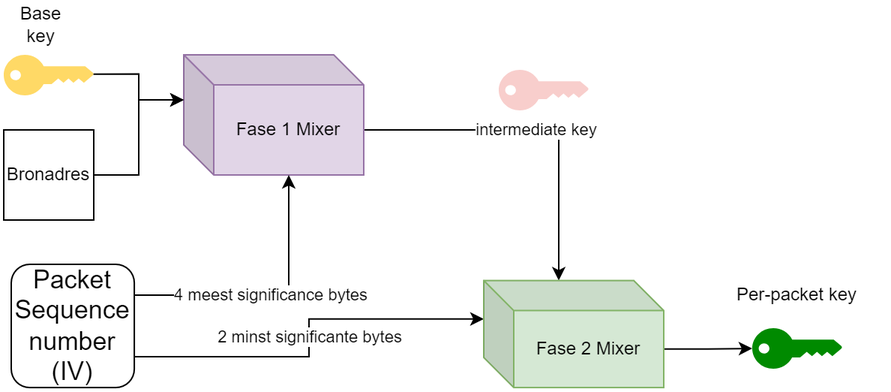
The draw.io diagram Manuscript/assets/wifi/mixing.png in timdams/cyberboswachters_boek, before a commit. Source tidied: cells renumbered, new cells last; positions are measured from the earlier drawing's top-left corner, leaving out a move shared by most shapes.
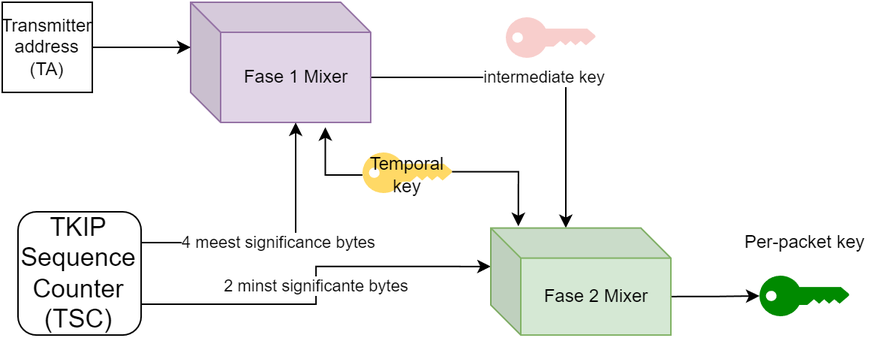
Above is the later version.

What changed in the source:
```diff
@@ -2,50 +2,53 @@
   <root>
     <mxCell id="0" />
     <mxCell id="1" parent="0" />
-    <mxCell id="2" value="intermediate key" style="edgeStyle=orthogonalEdgeStyle;rounded=0;jettySize=auto;html=1;exitX=0;exitY=0;exitDx=120;exitDy=50;exitPerimeter=0;entryX=0;entryY=0;entryDx=50;entryDy=0;entryPerimeter=0;strokeColor=#000000;" parent="1" edge="1" source="3" target="13">
+    <mxCell id="2" value="intermediate key" style="edgeStyle=orthogonalEdgeStyle;rounded=0;jettySize=auto;html=1;exitX=0;exitY=0;exitDx=120;exitDy=50;exitPerimeter=0;entryX=0;entryY=0;entryDx=50;entryDy=0;entryPerimeter=0;strokeColor=#000000;" parent="1" edge="1" source="3" target="11">
       <mxGeometry relative="1" as="geometry" />
     </mxCell>
     <mxCell id="3" value="Fase 1 Mixer" style="shape=cube;whiteSpace=wrap;html=1;boundedLbl=1;backgroundOutline=1;darkOpacity=0.05;darkOpacity2=0.1;fillColor=#e1d5e7;strokeColor=#9673a6;" parent="1" vertex="1">
-      <mxGeometry x="120" y="30" width="120" height="80" as="geometry" />
+      <mxGeometry x="185.5" y="430" width="120" height="80" as="geometry" />
     </mxCell>
-    <mxCell id="4" style="edgeStyle=orthogonalEdgeStyle;rounded=0;jettySize=auto;html=1;exitX=0.995;exitY=0.475;exitDx=0;exitDy=0;exitPerimeter=0;entryX=0;entryY=0;entryDx=0;entryDy=30;entryPerimeter=0;strokeColor=#000000;" parent="1" edge="1" source="5" target="3">
-      <mxGeometry relative="1" as="geometry" />
+    <mxCell id="4" style="points=[[0,0.5,0],[0.24,0,0],[0.5,0.28,0],[0.995,0.475,0],[0.5,0.72,0],[0.24,1,0]];verticalLabelPosition=bottom;html=1;verticalAlign=top;align=center;shape=mxgraph.cisco19.key;rounded=1;shadow=0;fontFamily=Verdana;fontSize=16;fillColor=#FFD966;" parent="1" vertex="1">
+      <mxGeometry x="300" y="530" width="60" height="27" as="geometry" />
     </mxCell>
-    <mxCell id="5" style="points=[[0,0.5,0],[0.24,0,0],[0.5,0.28,0],[0.995,0.475,0],[0.5,0.72,0],[0.24,1,0]];verticalLabelPosition=bottom;html=1;verticalAlign=top;align=center;shape=mxgraph.cisco19.key;rounded=1;shadow=0;fontFamily=Verdana;fontSize=16;fillColor=#FFD966;" parent="1" vertex="1">
-      <mxGeometry y="30" width="60" height="27" as="geometry" />
+    <mxCell id="5" value="4 meest significance bytes" style="edgeStyle=orthogonalEdgeStyle;rounded=0;jettySize=auto;html=1;exitX=1;exitY=0.25;exitDx=0;exitDy=0;entryX=0;entryY=0;entryDx=70;entryDy=80;entryPerimeter=0;strokeColor=#000000;" parent="1" edge="1" source="7" target="3">
+      <mxGeometry relative="1" as="geometry" />
     </mxCell>
-    <mxCell id="6" value="4 meest significance bytes" style="edgeStyle=orthogonalEdgeStyle;rounded=0;jettySize=auto;html=1;exitX=1;exitY=0.25;exitDx=0;exitDy=0;entryX=0;entryY=0;entryDx=70;entryDy=80;entryPerimeter=0;strokeColor=#000000;" parent="1" edge="1" source="8" target="3">
+    <mxCell id="6" value="2 minst significante bytes" style="edgeStyle=orthogonalEdgeStyle;rounded=0;jettySize=auto;html=1;exitX=1;exitY=0.75;exitDx=0;exitDy=0;entryX=0;entryY=0;entryDx=0;entryDy=25.625;entryPerimeter=0;strokeColor=#000000;" parent="1" edge="1" source="7" target="11">
       <mxGeometry relative="1" as="geometry" />
     </mxCell>
-    <mxCell id="7" value="2 minst significante bytes" style="edgeStyle=orthogonalEdgeStyle;rounded=0;jettySize=auto;html=1;exitX=1;exitY=0.75;exitDx=0;exitDy=0;entryX=0;entryY=0;entryDx=0;entryDy=25.625;entryPerimeter=0;strokeColor=#000000;" parent="1" edge="1" source="8" target="13">
-      <mxGeometry relative="1" as="geometry" />
+    <mxCell id="7" value="TKIP Sequence Counter (TSC)" style="whiteSpace=wrap;html=1;rounded=1;strokeWidth=1;fontSize=17;align=center;glass=0;shadow=0;sketch=0;" parent="1" vertex="1">
+      <mxGeometry x="70.5" y="569.5" width="82" height="82" as="geometry" />
     </mxCell>
-    <mxCell id="8" value="Packet Sequence number (IV)" style="whiteSpace=wrap;html=1;rounded=1;strokeWidth=1;fontSize=17;align=center;glass=0;shadow=0;sketch=0;" parent="1" vertex="1">
-      <mxGeometry x="5" y="169.5" width="82" height="82" as="geometry" />
+    <mxCell id="8" style="edgeStyle=orthogonalEdgeStyle;rounded=0;jettySize=auto;html=1;exitX=1;exitY=0.5;exitDx=0;exitDy=0;entryX=0;entryY=0;entryDx=0;entryDy=30;entryPerimeter=0;strokeColor=#000000;" parent="1" edge="1" source="9" target="3">
+      <mxGeometry relative="1" as="geometry" />
     </mxCell>
-    <mxCell id="9" value="Base key" style="text;html=1;strokeColor=none;fillColor=none;align=center;verticalAlign=middle;whiteSpace=wrap;rounded=0;" parent="1" vertex="1">
-      <mxGeometry x="5" width="40" height="20" as="geometry" />
+    <mxCell id="9" value="Transmitter address (TA)" style="rounded=0;whiteSpace=wrap;html=1;" parent="1" vertex="1">
+      <mxGeometry x="60" y="430" width="60" height="60" as="geometry" />
     </mxCell>
-    <mxCell id="10" style="edgeStyle=orthogonalEdgeStyle;rounded=0;jettySize=auto;html=1;exitX=1;exitY=0.5;exitDx=0;exitDy=0;entryX=0;entryY=0;entryDx=0;entryDy=30;entryPerimeter=0;strokeColor=#000000;" parent="1" edge="1" source="11" target="3">
+    <mxCell id="10" style="edgeStyle=orthogonalEdgeStyle;rounded=0;jettySize=auto;html=1;exitX=0;exitY=0;exitDx=120;exitDy=45.625;exitPerimeter=0;entryX=0;entryY=0.5;entryDx=0;entryDy=0;entryPerimeter=0;strokeColor=#000000;" parent="1" edge="1" source="11" target="13">
       <mxGeometry relative="1" as="geometry" />
     </mxCell>
-    <mxCell id="11" value="Bronadres" style="rounded=0;whiteSpace=wrap;html=1;" parent="1" vertex="1">
-      <mxGeometry y="80" width="60" height="60" as="geometry" />
+    <mxCell id="11" value="Fase 2 Mixer" style="shape=cube;whiteSpace=wrap;html=1;boundedLbl=1;backgroundOutline=1;darkOpacity=0.05;darkOpacity2=0.1;fillColor=#d5e8d4;strokeColor=#82b366;" parent="1" vertex="1">
+      <mxGeometry x="385.5" y="580.3" width="120" height="71.2" as="geometry" />
     </mxCell>
-    <mxCell id="12" style="edgeStyle=orthogonalEdgeStyle;rounded=0;jettySize=auto;html=1;exitX=0;exitY=0;exitDx=120;exitDy=45.625;exitPerimeter=0;entryX=0;entryY=0.5;entryDx=0;entryDy=0;entryPerimeter=0;strokeColor=#000000;" parent="1" edge="1" source="13" target="15">
-      <mxGeometry relative="1" as="geometry" />
+    <mxCell id="12" style="verticalLabelPosition=bottom;html=1;verticalAlign=top;align=center;shape=mxgraph.cisco19.key;rounded=1;shadow=0;fontFamily=Verdana;fontSize=16;fillColor=#f8cecc;strokeColor=#b85450;" parent="1" vertex="1">
+      <mxGeometry x="395.5" y="440" width="60" height="27" as="geometry" />
     </mxCell>
-    <mxCell id="13" value="Fase 2 Mixer" style="shape=cube;whiteSpace=wrap;html=1;boundedLbl=1;backgroundOutline=1;darkOpacity=0.05;darkOpacity2=0.1;fillColor=#d5e8d4;strokeColor=#82b366;" parent="1" vertex="1">
-      <mxGeometry x="320" y="180.3" width="120" height="71.2" as="geometry" />
+    <mxCell id="13" style="points=[[0,0.5,0],[0.24,0,0],[0.5,0.28,0],[0.995,0.475,0],[0.5,0.72,0],[0.24,1,0]];verticalLabelPosition=bottom;html=1;verticalAlign=top;align=center;shape=mxgraph.cisco19.key;rounded=1;shadow=0;fontFamily=Verdana;fontSize=16;fillColor=#008a00;strokeColor=#005700;strokeWidth=2;fontColor=#ffffff;" parent="1" vertex="1">
+      <mxGeometry x="564.5" y="612" width="60" height="27" as="geometry" />
     </mxCell>
-    <mxCell id="14" style="verticalLabelPosition=bottom;html=1;verticalAlign=top;align=center;shape=mxgraph.cisco19.key;rounded=1;shadow=0;fontFamily=Verdana;fontSize=16;fillColor=#f8cecc;strokeColor=#b85450;" parent="1" vertex="1">
-      <mxGeometry x="330" y="40" width="60" height="27" as="geometry" />
+    <mxCell id="14" value="Per-packet key" style="text;html=1;strokeColor=none;fillColor=none;align=center;verticalAlign=middle;whiteSpace=wrap;rounded=0;" parent="1" vertex="1">
+      <mxGeometry x="534.5" y="580.3" width="120" height="20" as="geometry" />
     </mxCell>
-    <mxCell id="15" style="points=[[0,0.5,0],[0.24,0,0],[0.5,0.28,0],[0.995,0.475,0],[0.5,0.72,0],[0.24,1,0]];verticalLabelPosition=bottom;html=1;verticalAlign=top;align=center;shape=mxgraph.cisco19.key;rounded=1;shadow=0;fontFamily=Verdana;fontSize=16;fillColor=#008a00;strokeColor=#005700;strokeWidth=2;fontColor=#ffffff;" parent="1" vertex="1">
-      <mxGeometry x="499" y="212" width="60" height="27" as="geometry" />
+    <mxCell id="15" style="edgeStyle=orthogonalEdgeStyle;rounded=0;jettySize=auto;html=1;exitX=0.995;exitY=0.475;exitDx=0;exitDy=0;exitPerimeter=0;entryX=0.153;entryY=-0.017;entryDx=0;entryDy=0;entryPerimeter=0;" parent="1" edge="1" source="4" target="11">
+      <mxGeometry relative="1" as="geometry" />
     </mxCell>
-    <mxCell id="16" value="Per-packet key" style="text;html=1;strokeColor=none;fillColor=none;align=center;verticalAlign=middle;whiteSpace=wrap;rounded=0;" parent="1" vertex="1">
-      <mxGeometry x="469" y="180.3" width="120" height="20" as="geometry" />
+    <mxCell id="16" value="Temporal key" style="text;html=1;align=center;verticalAlign=middle;whiteSpace=wrap;rounded=0;" parent="1" vertex="1">
+      <mxGeometry x="300" y="530" width="60" height="30" as="geometry" />
     </mxCell>
+    <mxCell id="17" style="edgeStyle=orthogonalEdgeStyle;rounded=0;jettySize=auto;html=1;exitX=0;exitY=0.5;exitDx=0;exitDy=0;entryX=0.748;entryY=1.04;entryDx=0;entryDy=0;entryPerimeter=0;" parent="1" edge="1" source="16" target="3">
+      <mxGeometry relative="1" as="geometry" />
+    </mxCell>
   </root>
 </mxGraphModel>
```
